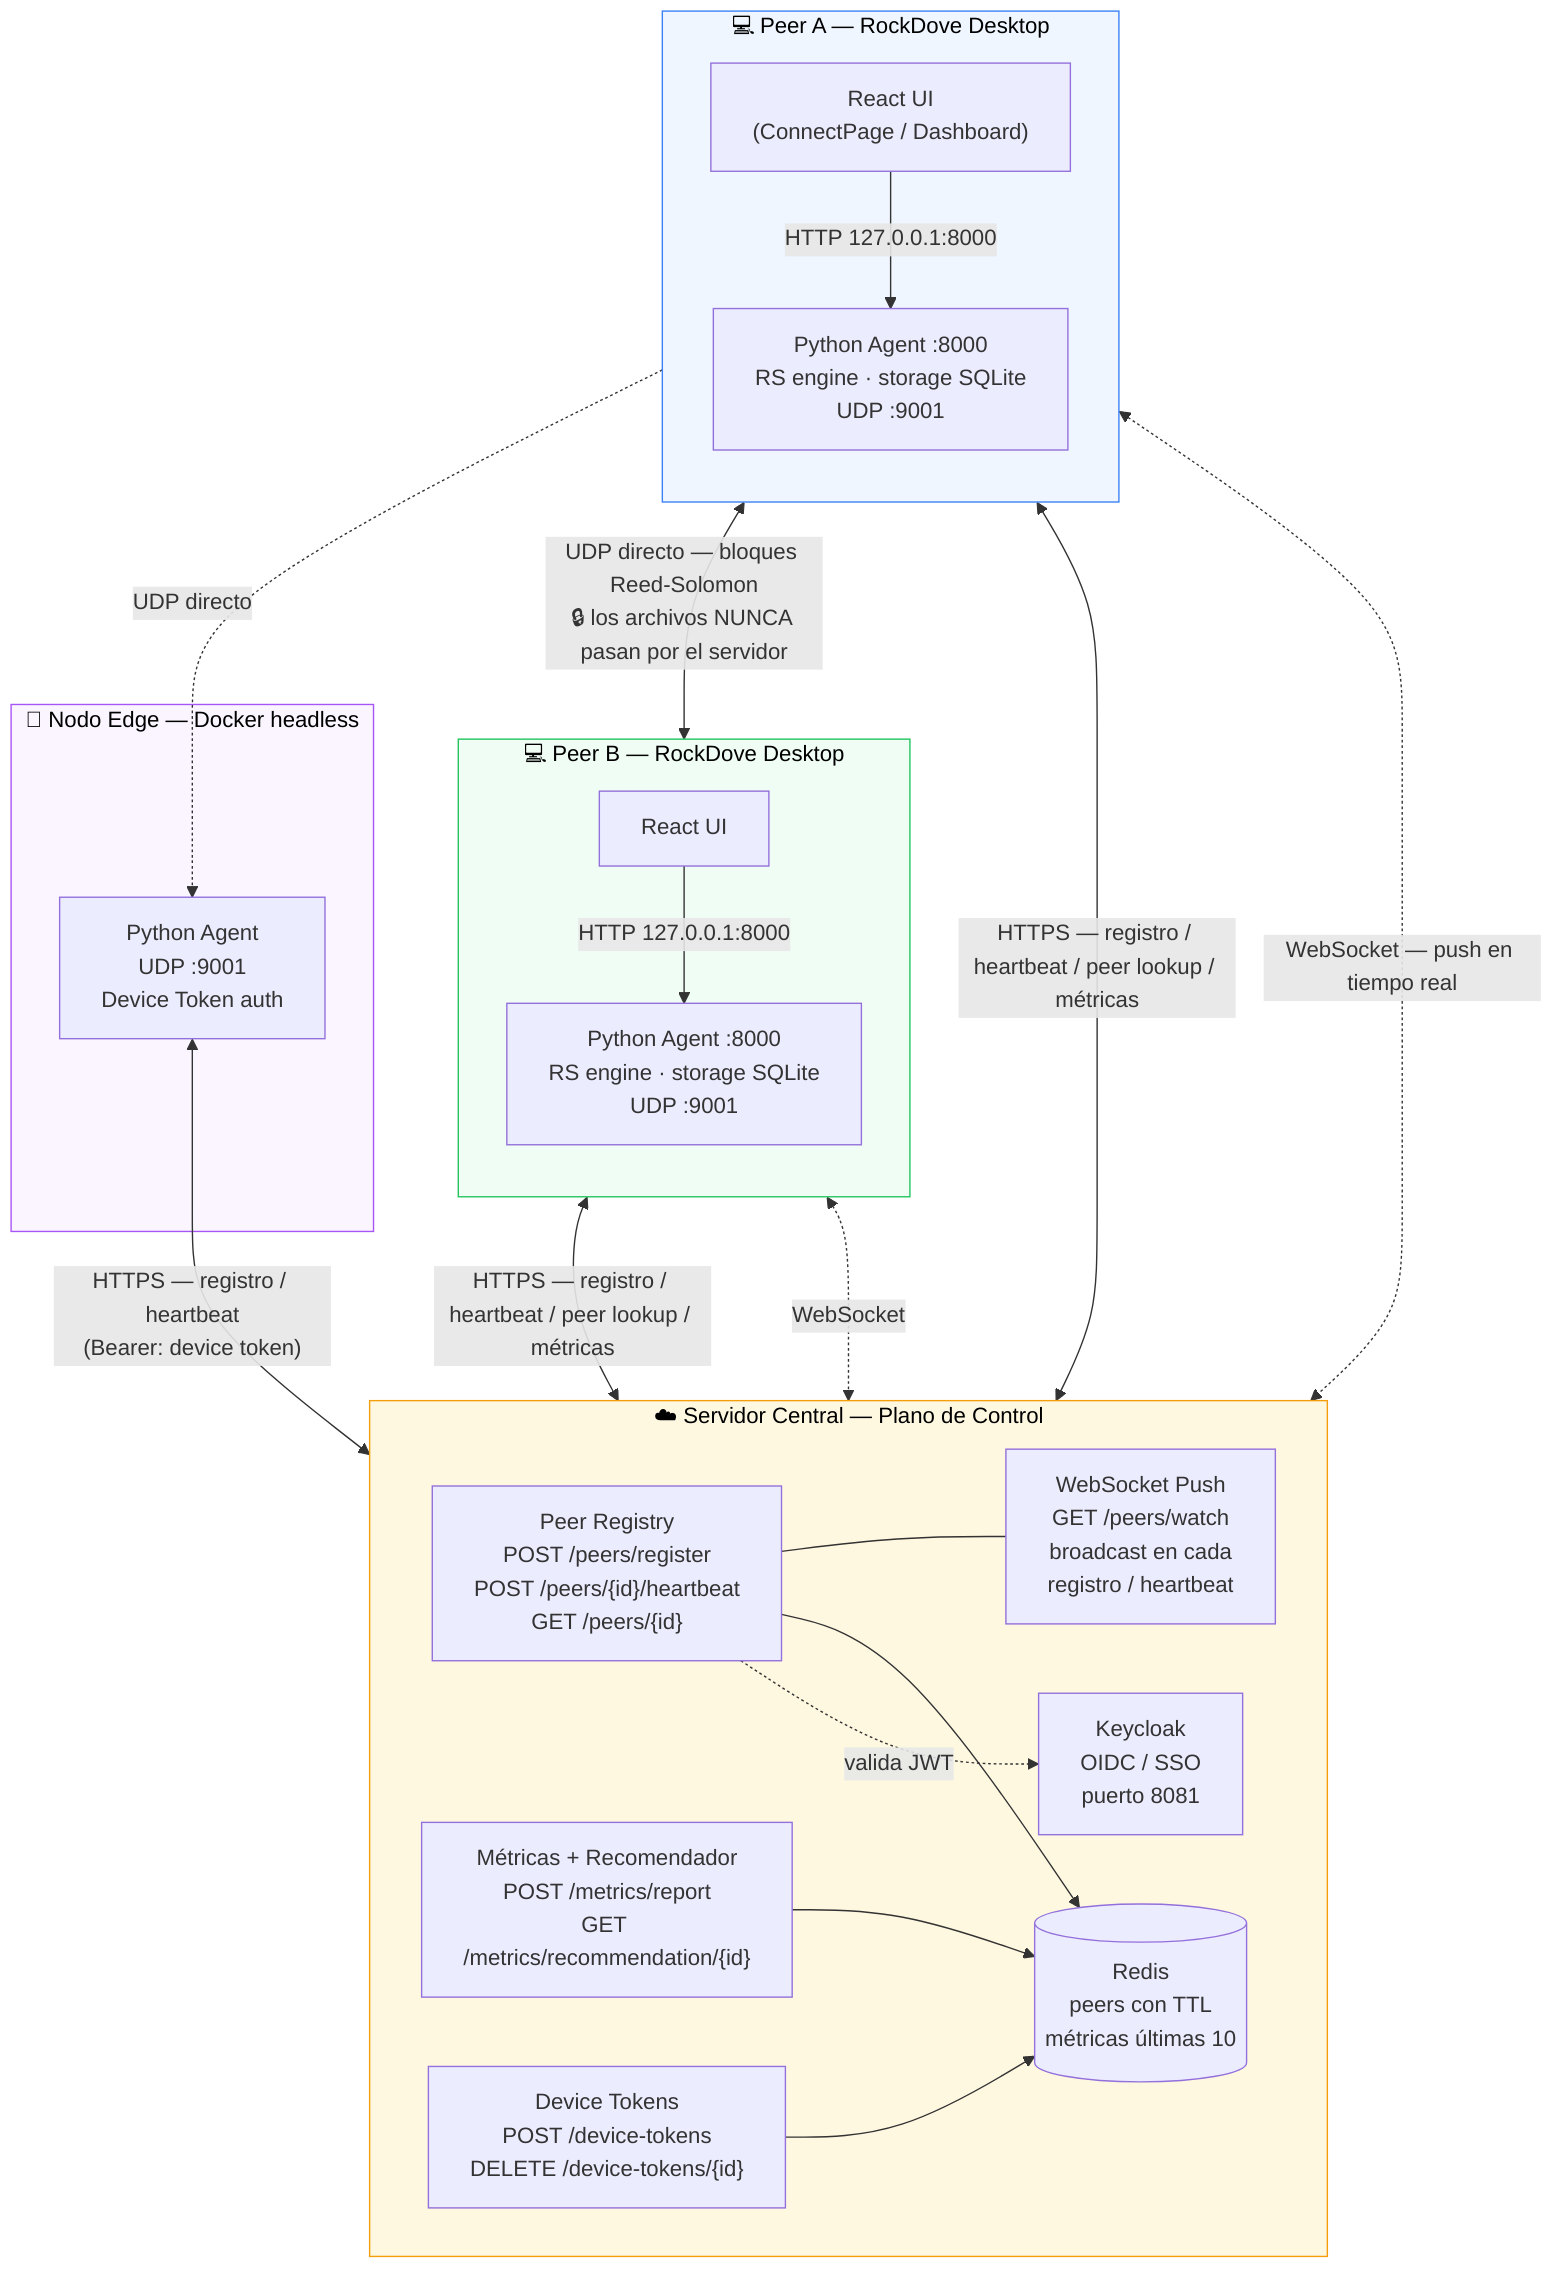
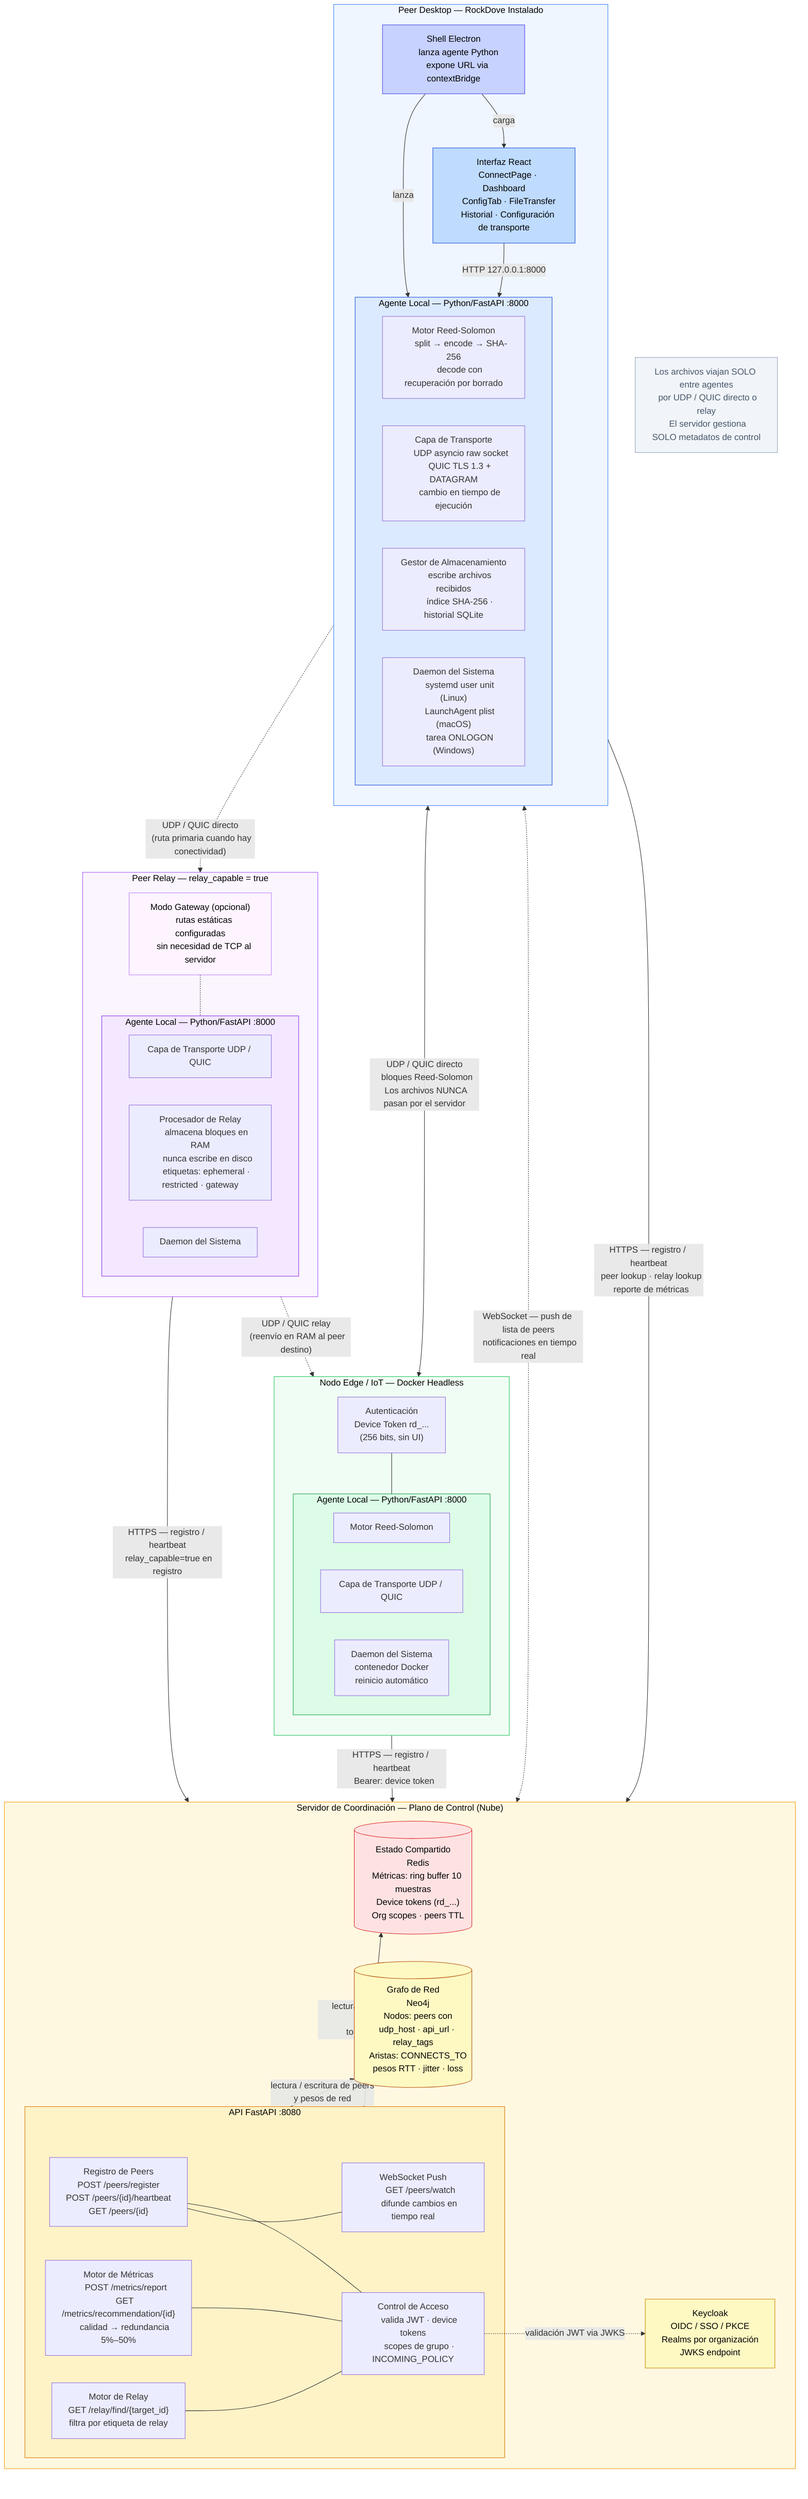
+ %% RockDove — Arquitectura General — Planos de Control y Datos
graph TB
-   subgraph cloud["☁️ Servidor Central — Plano de Control"]
+   subgraph cloud["Servidor de Coordinación — Plano de Control (Nube)"]
    direction LR
-     PR["Peer Registry\nPOST /peers/register\nPOST /peers/{id}/heartbeat\nGET /peers/{id}"]
-     WS["WebSocket Push\nGET /peers/watch\nbroadcast en cada\nregistro / heartbeat"]
-     MR["Métricas + Recomendador\nPOST /metrics/report\nGET /metrics/recommendation/{id}"]
-     DT["Device Tokens\nPOST /device-tokens\nDELETE /device-tokens/{id}"]
-     KC["Keycloak\nOIDC / SSO\npuerto 8081"]
-     RD[("Redis\npeers con TTL\nmétricas últimas 10")]
-     PR --- WS
-     PR --> RD
-     MR --> RD
-     DT --> RD
-     PR -.->|"valida JWT"| KC
+ 
+     subgraph api["API FastAPI :8080"]
+       RP["Registro de Peers
+       POST /peers/register
+       POST /peers/{id}/heartbeat
+       GET /peers/{id}"]
+       WS["WebSocket Push
+       GET /peers/watch
+       difunde cambios en tiempo real"]
+       MM["Motor de Métricas
+       POST /metrics/report
+       GET /metrics/recommendation/{id}
+       calidad → redundancia 5%–50%"]
+       MR["Motor de Relay
+       GET /relay/find/{target_id}
+       filtra por etiqueta de relay"]
+       CA["Control de Acceso
+       valida JWT · device tokens
+       scopes de grupo · INCOMING_POLICY"]
+       RP --- WS
+       RP --- CA
+       MM --- CA
+       MR --- CA
+     end
+ 
+     NEO[("Grafo de Red
+     Neo4j
+     Nodos: peers con
+     udp_host · api_url · relay_tags
+     Aristas: CONNECTS_TO
+     pesos RTT · jitter · loss")]
+ 
+     RED[("Estado Compartido
+     Redis
+     Métricas: ring buffer 10 muestras
+     Device tokens (rd_...)
+     Org scopes · peers TTL")]
+ 
+     KC["Keycloak
+     OIDC / SSO / PKCE
+     Realms por organización
+     JWKS endpoint"]
+ 
+     api -->|"lectura / escritura de peers
+     y pesos de red"| NEO
+     api -->|"lectura / escritura de métricas
+     tokens y scopes"| RED
+     CA -.->|"validación JWT via JWKS"| KC
  end

-   subgraph peerA["💻 Peer A — RockDove Desktop"]
+   subgraph desktop["Peer Desktop — RockDove Instalado"]
    direction TB
-     UIA["React UI\n(ConnectPage / Dashboard)"]
-     AgentA["Python Agent :8000\nRS engine · storage SQLite\nUDP :9001"]
-     UIA -->|"HTTP 127.0.0.1:8000"| AgentA
+ 
+     EL["Shell Electron
+     lanza agente Python
+     expone URL via contextBridge"]
+ 
+     UI["Interfaz React
+     ConnectPage · Dashboard
+     ConfigTab · FileTransfer
+     Historial · Configuración de transporte"]
+ 
+     subgraph agentA["Agente Local — Python/FastAPI :8000"]
+       RS_A["Motor Reed-Solomon
+       split → encode → SHA-256
+       decode con recuperación por borrado"]
+       TR_A["Capa de Transporte
+       UDP asyncio raw socket
+       QUIC TLS 1.3 + DATAGRAM
+       cambio en tiempo de ejecución"]
+       GA_A["Gestor de Almacenamiento
+       escribe archivos recibidos
+       índice SHA-256 · historial SQLite"]
+       SD_A["Daemon del Sistema
+       systemd user unit (Linux)
+       LaunchAgent plist (macOS)
+       tarea ONLOGON (Windows)"]
+     end
+ 
+     EL -->|"lanza"| agentA
+     EL -->|"carga"| UI
+     UI -->|"HTTP 127.0.0.1:8000"| agentA
  end

-   subgraph peerB["💻 Peer B — RockDove Desktop"]
+   subgraph edge["Nodo Edge / IoT — Docker Headless"]
    direction TB
-     UIB["React UI"]
-     AgentB["Python Agent :8000\nRS engine · storage SQLite\nUDP :9001"]
-     UIB -->|"HTTP 127.0.0.1:8000"| AgentB
+ 
+     subgraph agentE["Agente Local — Python/FastAPI :8000"]
+       RS_E["Motor Reed-Solomon"]
+       TR_E["Capa de Transporte UDP / QUIC"]
+       SD_E["Daemon del Sistema
+       contenedor Docker
+       reinicio automático"]
+     end
+ 
+     DT["Autenticación
+     Device Token rd_...
+     (256 bits, sin UI)"]
+     DT --- agentE
  end

-   subgraph edge["🔧 Nodo Edge — Docker headless"]
-     AgentE["Python Agent\nUDP :9001\nDevice Token auth"]
+   subgraph relay["Peer Relay — relay_capable = true"]
+     direction TB
+ 
+     subgraph agentR["Agente Local — Python/FastAPI :8000"]
+       TR_R["Capa de Transporte UDP / QUIC"]
+       PR_R["Procesador de Relay
+       almacena bloques en RAM
+       nunca escribe en disco
+       etiquetas: ephemeral · restricted · gateway"]
+       SD_R["Daemon del Sistema"]
+     end
+ 
+     NOTE_R["Modo Gateway (opcional)
+     rutas estáticas configuradas
+     sin necesidad de TCP al servidor"]
+     NOTE_R -.- agentR
  end

-   AgentA <-->|"HTTPS — registro / heartbeat / peer lookup / métricas"| PR
-   AgentB <-->|"HTTPS — registro / heartbeat / peer lookup / métricas"| PR
-   AgentE <-->|"HTTPS — registro / heartbeat\n(Bearer: device token)"| PR
+   agentA -->|"HTTPS — registro / heartbeat
+   peer lookup · relay lookup
+   reporte de métricas"| api
+   agentE -->|"HTTPS — registro / heartbeat
+   Bearer: device token"| api
+   agentR -->|"HTTPS — registro / heartbeat
+   relay_capable=true en registro"| api

-   UIA <-.->|"WebSocket — push en tiempo real"| WS
-   UIB <-.->|"WebSocket"| WS
+   UI <-.->|"WebSocket — push de lista de peers
+   notificaciones en tiempo real"| WS

-   AgentA <-->|"UDP directo — bloques Reed-Solomon\n🔒 los archivos NUNCA pasan por el servidor"| AgentB
-   AgentA -.->|"UDP directo"| AgentE
+   agentA <-->|"UDP / QUIC directo
+   bloques Reed-Solomon
+   Los archivos NUNCA pasan por el servidor"| agentE
+ 
+   agentA -.->|"UDP / QUIC directo
+   (ruta primaria cuando hay conectividad)"| agentR
+ 
+   agentR -.->|"UDP / QUIC relay
+   (reenvío en RAM al peer destino)"| agentE
+ 
+   note_data["Los archivos viajan SOLO entre agentes
+   por UDP / QUIC directo o relay
+   El servidor gestiona SOLO metadatos de control"]

  style cloud fill:#fff8e1,stroke:#f59e0b,color:#000
-   style peerA fill:#eff6ff,stroke:#3b82f6,color:#000
-   style peerB fill:#f0fdf4,stroke:#22c55e,color:#000
-   style edge fill:#faf5ff,stroke:#a855f7,color:#000
+   style api fill:#fef3c7,stroke:#d97706,color:#000
+   style desktop fill:#eff6ff,stroke:#3b82f6,color:#000
+   style agentA fill:#dbeafe,stroke:#1d4ed8,color:#000
+   style edge fill:#f0fdf4,stroke:#22c55e,color:#000
+   style agentE fill:#dcfce7,stroke:#16a34a,color:#000
+   style relay fill:#faf5ff,stroke:#a855f7,color:#000
+   style agentR fill:#f3e8ff,stroke:#9333ea,color:#000
+   style NEO fill:#fef9c3,stroke:#b45309,color:#000
+   style RED fill:#fee2e2,stroke:#dc2626,color:#000
+   style KC fill:#fef9c3,stroke:#ca8a04,color:#000
+   style EL fill:#c7d2fe,stroke:#4f46e5,color:#000
+   style UI fill:#bfdbfe,stroke:#1d4ed8,color:#000
+   style note_data fill:#f1f5f9,stroke:#94a3b8,color:#475569
+   style NOTE_R fill:#fdf4ff,stroke:#c084fc,color:#000
